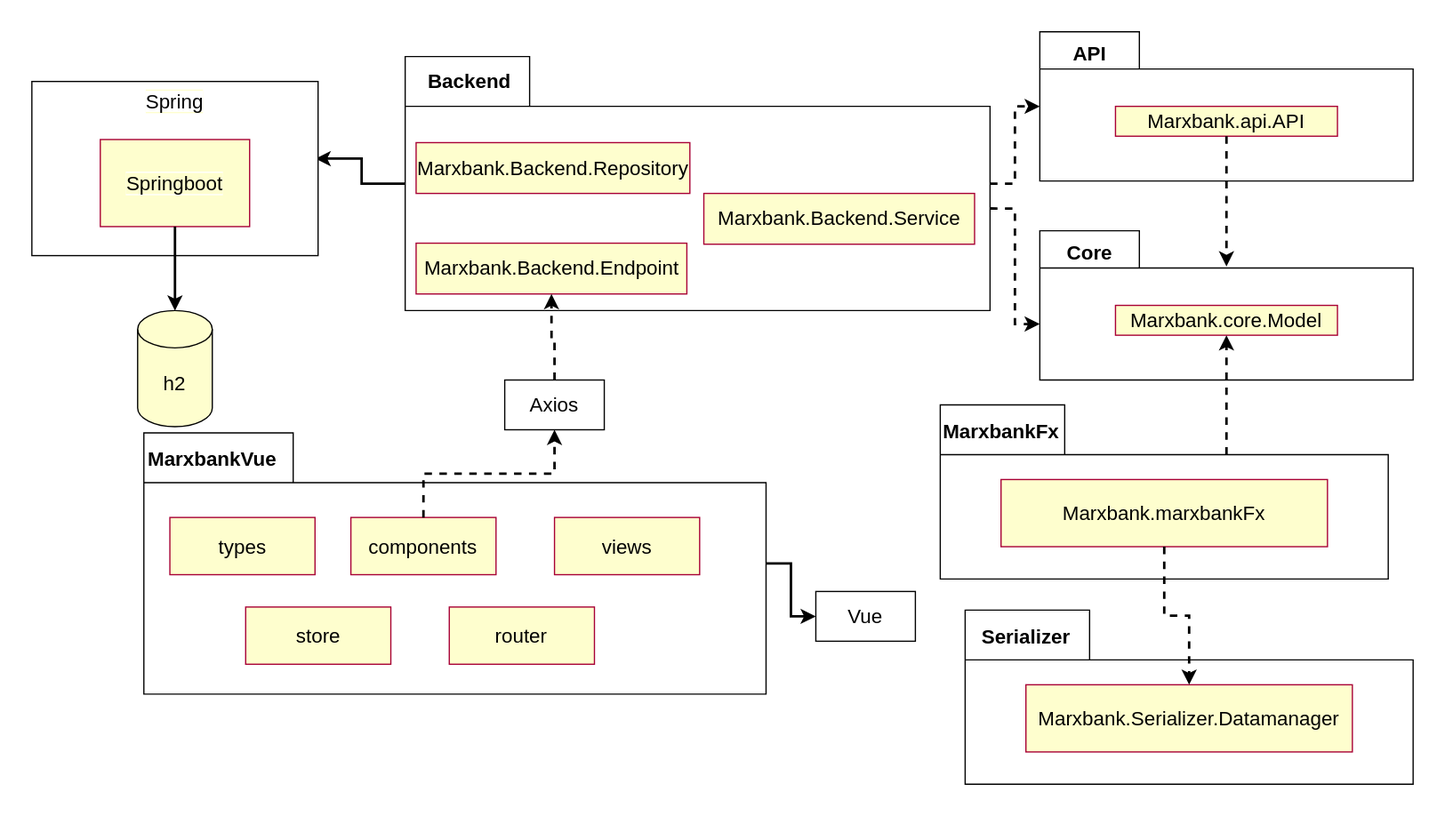
eriksalv/marxbank keeps this draw.io diagram as diagrammer/pakkediagram.svg. Above is the earlier version. Source tidied: cells renumbered, new cells last; positions are measured from the earlier drawing's top-left corner, leaving out a move shared by most shapes. The source it was exported from:
```xml
<mxGraphModel>
  <root>
    <mxCell id="0" />
    <mxCell id="1" parent="0" />
    <mxCell id="2" style="edgeStyle=orthogonalEdgeStyle;rounded=0;jettySize=auto;html=1;entryX=0.991;entryY=0.443;entryDx=0;entryDy=0;entryPerimeter=0;fontSize=16;fontColor=default;strokeWidth=2;" parent="1" edge="1" source="5" target="10">
      <mxGeometry relative="1" as="geometry" />
    </mxCell>
    <mxCell id="3" style="edgeStyle=orthogonalEdgeStyle;rounded=0;jettySize=auto;html=1;fontSize=16;fontColor=default;strokeWidth=2;dashed=1;" parent="1" edge="1" source="5" target="16">
      <mxGeometry relative="1" as="geometry" />
    </mxCell>
    <mxCell id="4" style="edgeStyle=orthogonalEdgeStyle;rounded=0;jettySize=auto;html=1;exitX=0;exitY=0;exitDx=470;exitDy=122.08333333333334;exitPerimeter=0;entryX=0;entryY=0;entryDx=0;entryDy=75;entryPerimeter=0;fontSize=16;fontColor=default;strokeWidth=2;dashed=1;" parent="1" edge="1" source="5" target="13">
      <mxGeometry relative="1" as="geometry" />
    </mxCell>
    <mxCell id="5" style="shape=folder;fontStyle=1;spacingTop=10;tabWidth=100;tabHeight=40;tabPosition=left;html=1;labelBackgroundColor=#FFFFFF;fontSize=16;strokeColor=#000000;fillColor=#FFFFFF;verticalAlign=top;labelPosition=center;verticalLabelPosition=middle;align=center;" parent="1" vertex="1">
      <mxGeometry x="300" y="20" width="470" height="204.2" as="geometry" />
    </mxCell>
    <mxCell id="6" value="Backend" style="text;align=center;fontStyle=1;verticalAlign=middle;spacingLeft=3;spacingRight=3;strokeColor=none;labelBackgroundColor=none;fontSize=16;fillColor=#FFFFFF;fontColor=default;" parent="5" vertex="1">
      <mxGeometry x="13.8" y="8.2" width="76.2" height="21.8" as="geometry" />
    </mxCell>
    <mxCell id="7" value="&lt;div&gt;Marxbank.Backend.Endpoint&lt;/div&gt;" style="rounded=0;whiteSpace=wrap;html=1;labelBackgroundColor=none;fontSize=16;strokeColor=#A80035;fillColor=#fefece;" parent="5" vertex="1">
      <mxGeometry x="8.8" y="150" width="217.6" height="40.8" as="geometry" />
    </mxCell>
    <mxCell id="8" value="&lt;div&gt;Marxbank.Backend.Repository&lt;/div&gt;" style="rounded=0;whiteSpace=wrap;html=1;labelBackgroundColor=none;fontSize=16;strokeColor=#A80035;fillColor=#fefece;" parent="5" vertex="1">
      <mxGeometry x="8.8" y="69.2" width="220" height="40.8" as="geometry" />
    </mxCell>
    <mxCell id="9" value="&lt;div&gt;Marxbank.Backend.Service&lt;/div&gt;" style="rounded=0;whiteSpace=wrap;html=1;labelBackgroundColor=none;fontSize=16;strokeColor=#A80035;fillColor=#fefece;" parent="5" vertex="1">
      <mxGeometry x="240" y="110" width="217.6" height="40.8" as="geometry" />
    </mxCell>
    <mxCell id="10" value="&lt;span style=&quot;background-color: rgb(255 , 255 , 255)&quot;&gt;Spring&lt;/span&gt;" style="rounded=0;whiteSpace=wrap;html=1;labelBackgroundColor=#FEFECE;fontSize=16;strokeColor=#000000;fillColor=#FFFFFF;labelPosition=center;verticalLabelPosition=middle;align=center;verticalAlign=top;" parent="1" vertex="1">
      <mxGeometry y="40" width="230" height="140" as="geometry" />
    </mxCell>
    <mxCell id="11" value="&lt;span style=&quot;background-color: rgb(254 , 254 , 206)&quot;&gt;Springboot&lt;/span&gt;" style="rounded=0;whiteSpace=wrap;html=1;labelBackgroundColor=#FFFFFF;fontSize=16;strokeColor=#A80035;fillColor=#fefece;" parent="10" vertex="1">
      <mxGeometry x="55" y="46.7" width="120" height="70" as="geometry" />
    </mxCell>
    <mxCell id="12" value="&lt;span style=&quot;background-color: rgb(254 , 254 , 206)&quot;&gt;&lt;font style=&quot;font-size: 16px&quot;&gt;h2&lt;/font&gt;&lt;/span&gt;" style="shape=cylinder3;whiteSpace=wrap;html=1;boundedLbl=1;backgroundOutline=1;size=15;fillColor=#fefece;strokeColor=#000000;" parent="1" vertex="1">
      <mxGeometry x="85" y="224.2" width="60" height="93.3" as="geometry" />
    </mxCell>
    <mxCell id="13" style="shape=folder;fontStyle=1;spacingTop=10;tabWidth=80;tabHeight=30;tabPosition=left;html=1;labelBackgroundColor=#FFFFFF;fontSize=16;strokeColor=#000000;fillColor=#FFFFFF;verticalAlign=top;labelPosition=center;verticalLabelPosition=middle;align=center;" parent="1" vertex="1">
      <mxGeometry x="810" y="160" width="300" height="120" as="geometry" />
    </mxCell>
    <mxCell id="14" value="Core" style="text;align=center;fontStyle=1;verticalAlign=middle;spacingLeft=3;spacingRight=3;strokeColor=none;labelBackgroundColor=none;fontSize=16;fillColor=#FFFFFF;fontColor=default;" parent="13" vertex="1">
      <mxGeometry x="16" y="10" width="48.6" height="12.8" as="geometry" />
    </mxCell>
    <mxCell id="15" value="&lt;div&gt;Marxbank.core.Model&lt;/div&gt;" style="rounded=0;whiteSpace=wrap;html=1;labelBackgroundColor=none;fontSize=16;strokeColor=#A80035;fillColor=#fefece;" parent="13" vertex="1">
      <mxGeometry x="60.8" y="60" width="178.4" height="24" as="geometry" />
    </mxCell>
    <mxCell id="16" style="shape=folder;fontStyle=1;spacingTop=10;tabWidth=80;tabHeight=30;tabPosition=left;html=1;labelBackgroundColor=#FFFFFF;fontSize=16;strokeColor=#000000;fillColor=#FFFFFF;verticalAlign=top;labelPosition=center;verticalLabelPosition=middle;align=center;" parent="1" vertex="1">
      <mxGeometry x="810" width="300" height="120" as="geometry" />
    </mxCell>
    <mxCell id="17" value="API" style="text;align=center;fontStyle=1;verticalAlign=middle;spacingLeft=3;spacingRight=3;strokeColor=none;labelBackgroundColor=none;fontSize=16;fillColor=#FFFFFF;fontColor=default;" parent="16" vertex="1">
      <mxGeometry x="16" y="10" width="48.6" height="12.8" as="geometry" />
    </mxCell>
    <mxCell id="18" value="&lt;div&gt;Marxbank.api.API&lt;/div&gt;" style="rounded=0;whiteSpace=wrap;html=1;labelBackgroundColor=none;fontSize=16;strokeColor=#A80035;fillColor=#fefece;" parent="16" vertex="1">
      <mxGeometry x="60.8" y="60" width="178.4" height="24" as="geometry" />
    </mxCell>
    <mxCell id="19" style="edgeStyle=orthogonalEdgeStyle;rounded=0;jettySize=auto;html=1;entryX=0.5;entryY=0.239;entryDx=0;entryDy=0;entryPerimeter=0;fontSize=16;fontColor=default;strokeWidth=2;dashed=1;" parent="1" edge="1" source="18" target="13">
      <mxGeometry relative="1" as="geometry" />
    </mxCell>
    <mxCell id="20" style="shape=folder;fontStyle=1;spacingTop=10;tabWidth=100;tabHeight=40;tabPosition=left;html=1;labelBackgroundColor=#FFFFFF;fontSize=16;strokeColor=#000000;fillColor=#FFFFFF;verticalAlign=top;labelPosition=center;verticalLabelPosition=middle;align=center;" parent="1" vertex="1">
      <mxGeometry x="750" y="465" width="360" height="140" as="geometry" />
    </mxCell>
    <mxCell id="21" value="Serializer" style="text;align=center;fontStyle=1;verticalAlign=middle;spacingLeft=3;spacingRight=3;strokeColor=none;labelBackgroundColor=none;fontSize=16;fillColor=#FFFFFF;fontColor=default;" parent="20" vertex="1">
      <mxGeometry x="20" y="13" width="58.4" height="15" as="geometry" />
    </mxCell>
    <mxCell id="22" value="Marxbank.Serializer.Datamanager" style="rounded=0;whiteSpace=wrap;html=1;labelBackgroundColor=none;fontSize=16;strokeColor=#A80035;fillColor=#fefece;" parent="20" vertex="1">
      <mxGeometry x="48.8" y="60" width="262.3" height="54" as="geometry" />
    </mxCell>
    <mxCell id="23" style="edgeStyle=orthogonalEdgeStyle;rounded=0;jettySize=auto;html=1;entryX=0;entryY=0.5;entryDx=0;entryDy=0;fontSize=16;fontColor=default;strokeWidth=2;" parent="1" edge="1" source="24" target="39">
      <mxGeometry relative="1" as="geometry" />
    </mxCell>
    <mxCell id="24" style="shape=folder;fontStyle=1;spacingTop=10;tabWidth=120;tabHeight=40;tabPosition=left;html=1;labelBackgroundColor=#FFFFFF;fontSize=16;strokeColor=#000000;fillColor=#FFFFFF;verticalAlign=top;labelPosition=center;verticalLabelPosition=middle;align=center;" parent="1" vertex="1">
      <mxGeometry x="90" y="322.5" width="500" height="210" as="geometry" />
    </mxCell>
    <mxCell id="25" value="MarxbankVue" style="text;align=center;fontStyle=1;verticalAlign=middle;spacingLeft=3;spacingRight=3;strokeColor=none;labelBackgroundColor=none;fontSize=16;fillColor=#FFFFFF;fontColor=default;" parent="24" vertex="1">
      <mxGeometry x="14.7" y="8.4" width="81" height="22.5" as="geometry" />
    </mxCell>
    <mxCell id="26" value="&lt;div&gt;types&lt;/div&gt;" style="rounded=0;whiteSpace=wrap;html=1;labelBackgroundColor=none;fontSize=16;strokeColor=#A80035;fillColor=#fefece;" parent="24" vertex="1">
      <mxGeometry x="20.9" y="68" width="116.6" height="46" as="geometry" />
    </mxCell>
    <mxCell id="27" value="router" style="rounded=0;whiteSpace=wrap;html=1;labelBackgroundColor=none;fontSize=16;strokeColor=#A80035;fillColor=#fefece;" parent="24" vertex="1">
      <mxGeometry x="245.5" y="140" width="116.6" height="46" as="geometry" />
    </mxCell>
    <mxCell id="28" value="components" style="rounded=0;whiteSpace=wrap;html=1;labelBackgroundColor=none;fontSize=16;strokeColor=#A80035;fillColor=#fefece;" parent="24" vertex="1">
      <mxGeometry x="166.4" y="68" width="116.6" height="46" as="geometry" />
    </mxCell>
    <mxCell id="29" value="views" style="rounded=0;whiteSpace=wrap;html=1;labelBackgroundColor=none;fontSize=16;strokeColor=#A80035;fillColor=#fefece;" parent="24" vertex="1">
      <mxGeometry x="330" y="68" width="116.6" height="46" as="geometry" />
    </mxCell>
    <mxCell id="30" value="store" style="rounded=0;whiteSpace=wrap;html=1;labelBackgroundColor=none;fontSize=16;strokeColor=#A80035;fillColor=#fefece;" parent="24" vertex="1">
      <mxGeometry x="81.8" y="140" width="116.6" height="46" as="geometry" />
    </mxCell>
    <mxCell id="31" style="edgeStyle=orthogonalEdgeStyle;rounded=0;jettySize=auto;html=1;entryX=0.5;entryY=0;entryDx=0;entryDy=0;entryPerimeter=0;fontSize=16;fontColor=default;strokeWidth=2;" parent="1" edge="1" source="11" target="12">
      <mxGeometry relative="1" as="geometry" />
    </mxCell>
    <mxCell id="32" style="edgeStyle=orthogonalEdgeStyle;rounded=0;jettySize=auto;html=1;exitX=0;exitY=0;exitDx=230;exitDy=40;exitPerimeter=0;entryX=0.5;entryY=1;entryDx=0;entryDy=0;dashed=1;fontSize=16;fontColor=default;strokeWidth=2;" parent="1" edge="1" source="33" target="15">
      <mxGeometry relative="1" as="geometry" />
    </mxCell>
    <mxCell id="33" style="shape=folder;fontStyle=1;spacingTop=10;tabWidth=100;tabHeight=40;tabPosition=left;html=1;labelBackgroundColor=#FFFFFF;fontSize=16;strokeColor=#000000;fillColor=#FFFFFF;verticalAlign=top;labelPosition=center;verticalLabelPosition=middle;align=center;" parent="1" vertex="1">
      <mxGeometry x="730" y="300" width="360" height="140" as="geometry" />
    </mxCell>
    <mxCell id="34" value="MarxbankFx" style="text;align=center;fontStyle=1;verticalAlign=middle;spacingLeft=3;spacingRight=3;strokeColor=none;labelBackgroundColor=none;fontSize=16;fillColor=#FFFFFF;fontColor=default;" parent="33" vertex="1">
      <mxGeometry x="20" y="13" width="58.4" height="15" as="geometry" />
    </mxCell>
    <mxCell id="35" value="Marxbank.marxbankFx" style="rounded=0;whiteSpace=wrap;html=1;labelBackgroundColor=none;fontSize=16;strokeColor=#A80035;fillColor=#fefece;" parent="33" vertex="1">
      <mxGeometry x="48.8" y="60" width="262.3" height="54" as="geometry" />
    </mxCell>
    <mxCell id="36" style="edgeStyle=orthogonalEdgeStyle;rounded=0;jettySize=auto;html=1;exitX=0.5;exitY=1;exitDx=0;exitDy=0;fontSize=16;fontColor=default;dashed=1;strokeWidth=2;" parent="1" edge="1" source="35" target="22">
      <mxGeometry relative="1" as="geometry" />
    </mxCell>
    <mxCell id="37" style="edgeStyle=orthogonalEdgeStyle;rounded=0;jettySize=auto;html=1;entryX=0.5;entryY=1;entryDx=0;entryDy=0;dashed=1;fontSize=16;fontColor=default;strokeWidth=2;" parent="1" edge="1" source="38" target="7">
      <mxGeometry relative="1" as="geometry" />
    </mxCell>
    <mxCell id="38" value="&lt;div&gt;Axios&lt;/div&gt;" style="rounded=0;whiteSpace=wrap;html=1;labelBackgroundColor=none;fontSize=16;fontColor=default;strokeColor=#000000;fillColor=#FFFFFF;verticalAlign=middle;" parent="1" vertex="1">
      <mxGeometry x="380" y="280" width="80" height="40" as="geometry" />
    </mxCell>
    <mxCell id="39" value="Vue" style="rounded=0;whiteSpace=wrap;html=1;labelBackgroundColor=none;fontSize=16;fontColor=default;strokeColor=#000000;fillColor=#FFFFFF;verticalAlign=middle;" parent="1" vertex="1">
      <mxGeometry x="630" y="450" width="80" height="40" as="geometry" />
    </mxCell>
    <mxCell id="40" style="edgeStyle=orthogonalEdgeStyle;rounded=0;jettySize=auto;html=1;exitX=0.5;exitY=0;exitDx=0;exitDy=0;entryX=0.5;entryY=1;entryDx=0;entryDy=0;fontSize=16;fontColor=default;strokeWidth=2;dashed=1;" parent="1" edge="1" source="28" target="38">
      <mxGeometry relative="1" as="geometry" />
    </mxCell>
  </root>
</mxGraphModel>
```
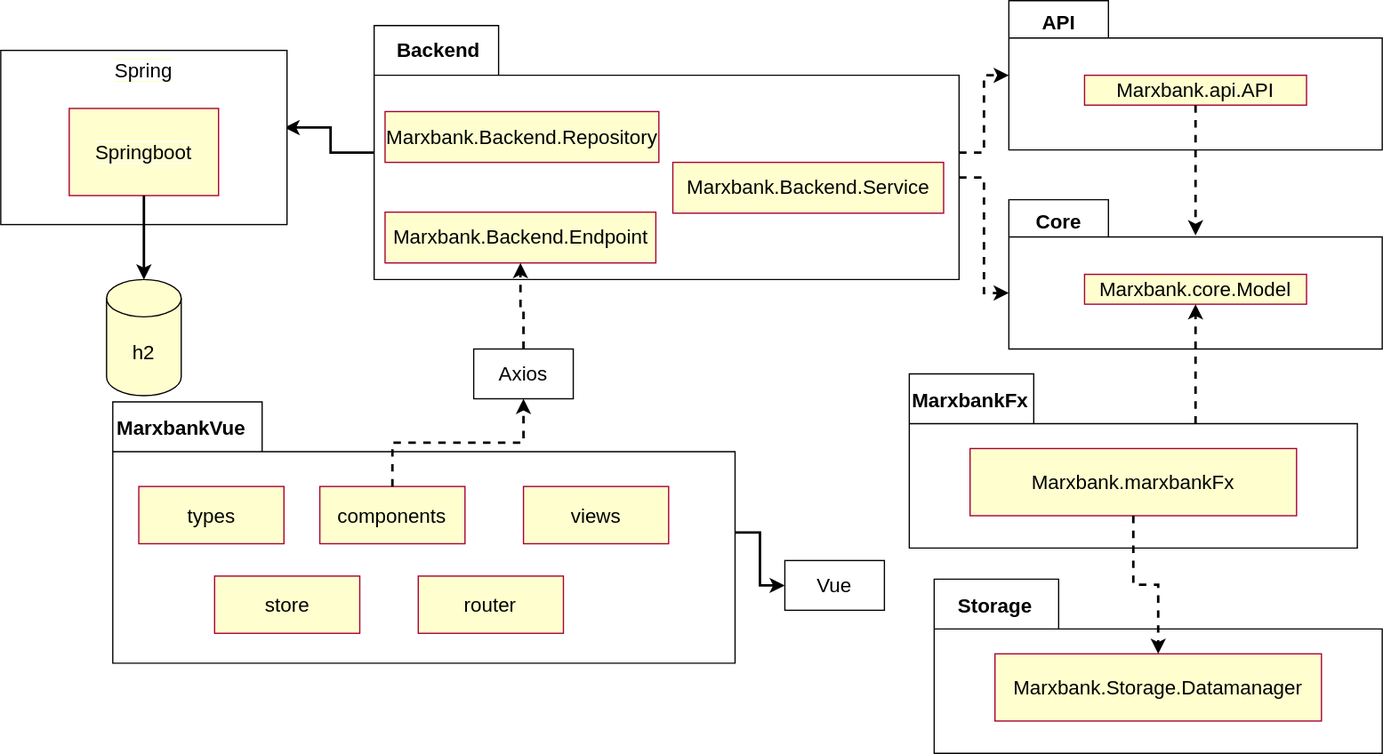
Above is the later version.

Commit message:
docs(#206): lagt til oppdatert klassediagram og fjernet .gitlab mappe

Change to the diagram source:
```diff
@@ -59,10 +59,10 @@
     <mxCell id="20" style="shape=folder;fontStyle=1;spacingTop=10;tabWidth=100;tabHeight=40;tabPosition=left;html=1;labelBackgroundColor=#FFFFFF;fontSize=16;strokeColor=#000000;fillColor=#FFFFFF;verticalAlign=top;labelPosition=center;verticalLabelPosition=middle;align=center;" parent="1" vertex="1">
       <mxGeometry x="750" y="465" width="360" height="140" as="geometry" />
     </mxCell>
-    <mxCell id="21" value="Serializer" style="text;align=center;fontStyle=1;verticalAlign=middle;spacingLeft=3;spacingRight=3;strokeColor=none;labelBackgroundColor=none;fontSize=16;fillColor=#FFFFFF;fontColor=default;" parent="20" vertex="1">
+    <mxCell id="21" value="Storage" style="text;align=center;fontStyle=1;verticalAlign=middle;spacingLeft=3;spacingRight=3;strokeColor=none;labelBackgroundColor=none;fontSize=16;fillColor=#FFFFFF;fontColor=default;" parent="20" vertex="1">
       <mxGeometry x="20" y="13" width="58.4" height="15" as="geometry" />
     </mxCell>
-    <mxCell id="22" value="Marxbank.Serializer.Datamanager" style="rounded=0;whiteSpace=wrap;html=1;labelBackgroundColor=none;fontSize=16;strokeColor=#A80035;fillColor=#fefece;" parent="20" vertex="1">
+    <mxCell id="22" value="Marxbank.Storage.Datamanager" style="rounded=0;whiteSpace=wrap;html=1;labelBackgroundColor=none;fontSize=16;strokeColor=#A80035;fillColor=#fefece;" parent="20" vertex="1">
       <mxGeometry x="48.8" y="60" width="262.3" height="54" as="geometry" />
     </mxCell>
     <mxCell id="23" style="edgeStyle=orthogonalEdgeStyle;rounded=0;jettySize=auto;html=1;entryX=0;entryY=0.5;entryDx=0;entryDy=0;fontSize=16;fontColor=default;strokeWidth=2;" parent="1" edge="1" source="24" target="39">
```
